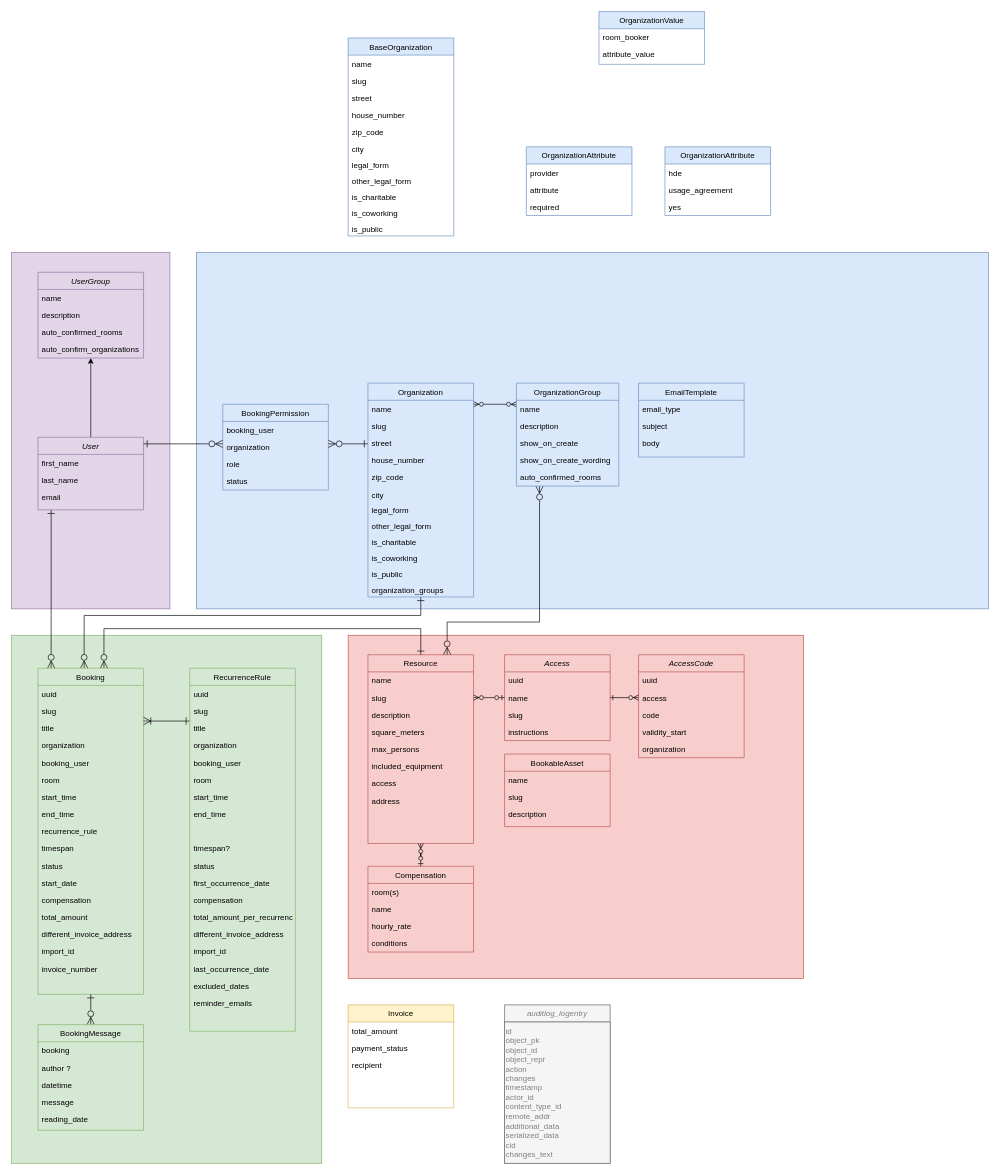
Haus-des-Engagements/re-sharing keeps this draw.io diagram as docs/modelling/erd-v1.4.0_organization_groups.drawio. Above is the earlier version. Source tidied: cells renumbered, new cells numbered last; positions are measured from the earlier drawing's top-left corner, leaving out a move shared by most shapes. Both pictures are drawn from the tidied source at 66%, with x=0, y=0 at pixel (11, 11).
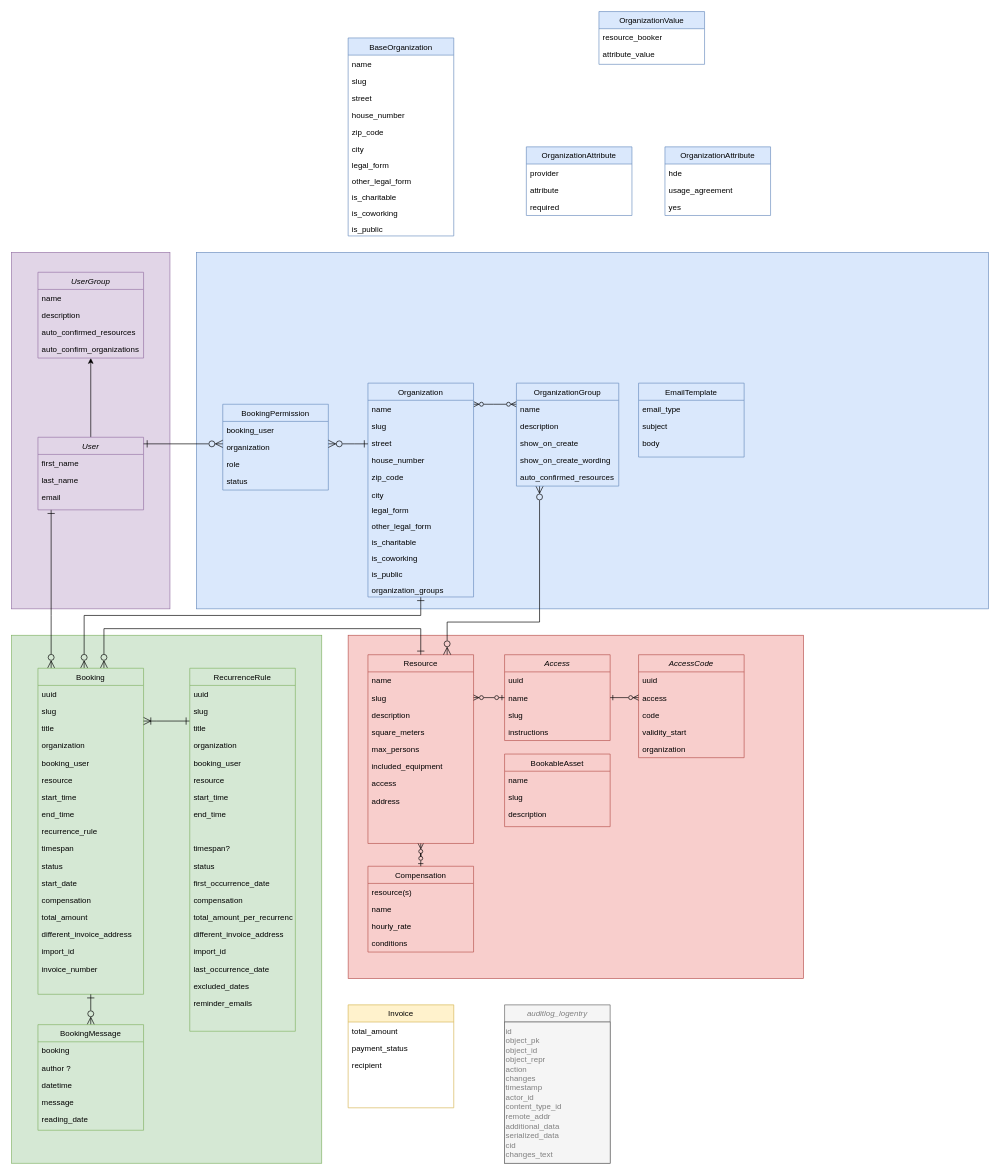
The same page after the edit.

Unchanged cells that the change refers to:
```xml
<mxCell id="39" value="Booking" style="swimlane;fontStyle=0;align=center;verticalAlign=top;horizontal=1;startSize=26;rounded=0;shadow=0;strokeWidth=1;fillColor=#d5e8d4;strokeColor=#82b366;" parent="1" vertex="1">
  <mxGeometry x="40" y="995" width="160" height="494" as="geometry" />
</mxCell>
<mxCell id="73" value="Compensation" style="swimlane;fontStyle=0;align=center;verticalAlign=top;horizontal=1;startSize=26;rounded=0;shadow=0;strokeWidth=1;fillColor=#f8cecc;strokeColor=#b85450;" parent="1" vertex="1">
  <mxGeometry x="540" y="1295" width="160" height="130" as="geometry" />
</mxCell>
<mxCell id="91" value="RecurrenceRule" style="swimlane;fontStyle=0;align=center;verticalAlign=top;horizontal=1;startSize=26;rounded=0;shadow=0;strokeWidth=1;fillColor=#d5e8d4;strokeColor=#82b366;" parent="1" vertex="1">
  <mxGeometry x="270" y="995" width="160" height="550" as="geometry" />
</mxCell>
<mxCell id="136" value="OrganizationValue" style="swimlane;fontStyle=0;align=center;verticalAlign=top;horizontal=1;startSize=26;rounded=0;shadow=0;strokeWidth=1;fillColor=#dae8fc;strokeColor=#6c8ebf;" parent="1" vertex="1">
  <mxGeometry x="890" width="160" height="80" as="geometry" />
</mxCell>
<mxCell id="147" value="OrganizationGroup" style="swimlane;fontStyle=0;align=center;verticalAlign=top;horizontal=1;startSize=26;rounded=0;shadow=0;strokeWidth=1;fillColor=#dae8fc;strokeColor=#6c8ebf;" parent="1" vertex="1">
  <mxGeometry x="765" y="563" width="155" height="156" as="geometry" />
</mxCell>
<mxCell id="153" value="UserGroup" style="swimlane;fontStyle=2;align=center;verticalAlign=top;horizontal=1;startSize=26;rounded=0;shadow=0;strokeWidth=1;fillColor=#e1d5e7;strokeColor=#9673a6;" parent="1" vertex="1">
  <mxGeometry x="40" y="395" width="160" height="130" as="geometry" />
</mxCell>
```

The edit, as a diff of the source:
```diff
@@
-    <mxCell id="45" value="room" style="text;align=left;verticalAlign=top;spacingLeft=4;spacingRight=4;overflow=hidden;" parent="39" vertex="1">
+    <mxCell id="45" value="resource" style="text;align=left;verticalAlign=top;spacingLeft=4;spacingRight=4;overflow=hidden;" parent="39" vertex="1">
       <mxGeometry y="156" width="160" height="26" as="geometry" />
     </mxCell>
@@
-    <mxCell id="74" value="room(s)" style="text;align=left;verticalAlign=top;spacingLeft=4;spacingRight=4;overflow=hidden;rounded=0;shadow=0;html=0;" parent="73" vertex="1">
+    <mxCell id="74" value="resource(s)" style="text;align=left;verticalAlign=top;spacingLeft=4;spacingRight=4;overflow=hidden;rounded=0;shadow=0;html=0;" parent="73" vertex="1">
       <mxGeometry y="26" width="160" height="26" as="geometry" />
     </mxCell>
@@
-    <mxCell id="97" value="room" style="text;align=left;verticalAlign=top;spacingLeft=4;spacingRight=4;overflow=hidden;" parent="91" vertex="1">
+    <mxCell id="97" value="resource" style="text;align=left;verticalAlign=top;spacingLeft=4;spacingRight=4;overflow=hidden;" parent="91" vertex="1">
       <mxGeometry y="156" width="160" height="26" as="geometry" />
     </mxCell>
@@
-    <mxCell id="137" value="room_booker" style="text;align=left;verticalAlign=top;spacingLeft=4;spacingRight=4;overflow=hidden;" parent="136" vertex="1">
+    <mxCell id="137" value="resource_booker" style="text;align=left;verticalAlign=top;spacingLeft=4;spacingRight=4;overflow=hidden;" parent="136" vertex="1">
       <mxGeometry y="26" width="160" height="26" as="geometry" />
     </mxCell>
@@
-    <mxCell id="152" value="auto_confirmed_rooms" style="text;align=left;verticalAlign=top;spacingLeft=4;spacingRight=4;overflow=hidden;" parent="147" vertex="1">
+    <mxCell id="152" value="auto_confirmed_resources" style="text;align=left;verticalAlign=top;spacingLeft=4;spacingRight=4;overflow=hidden;" parent="147" vertex="1">
       <mxGeometry y="130" width="155" height="26" as="geometry" />
     </mxCell>
@@
-    <mxCell id="156" value="auto_confirmed_rooms" style="text;align=left;verticalAlign=top;spacingLeft=4;spacingRight=4;overflow=hidden;rounded=0;shadow=0;html=0;" parent="153" vertex="1">
+    <mxCell id="156" value="auto_confirmed_resources" style="text;align=left;verticalAlign=top;spacingLeft=4;spacingRight=4;overflow=hidden;rounded=0;shadow=0;html=0;" parent="153" vertex="1">
       <mxGeometry y="78" width="160" height="26" as="geometry" />
     </mxCell>
```
